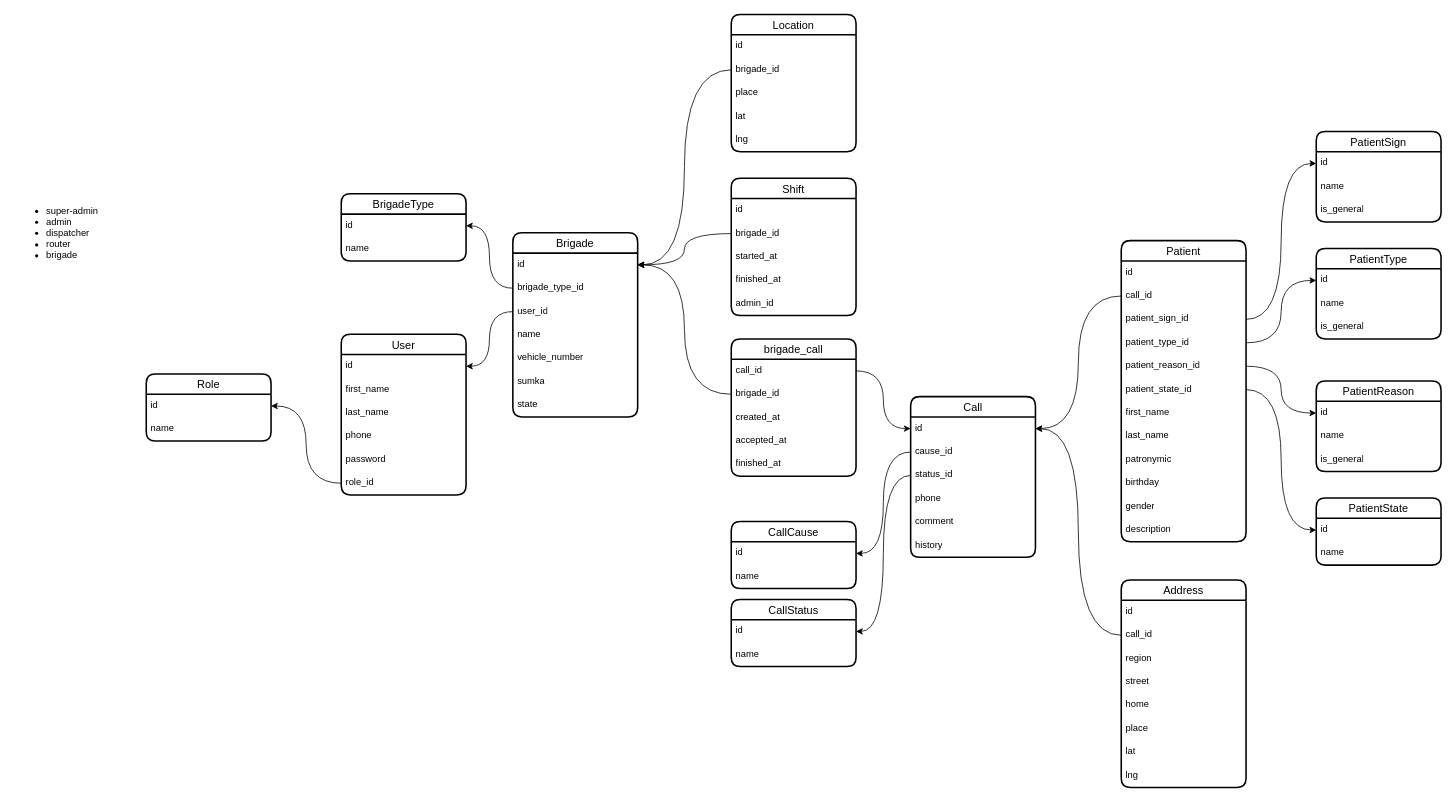
Earlier version of the draw.io diagram karsoft-103.drawio (iztileuoff/databases). Source tidied: cells renumbered, new cells numbered last; positions are measured from the earlier drawing's top-left corner, leaving out a move shared by most shapes. Both pictures are drawn from the tidied source at 78%, with x=0, y=0 at pixel (13, 14).
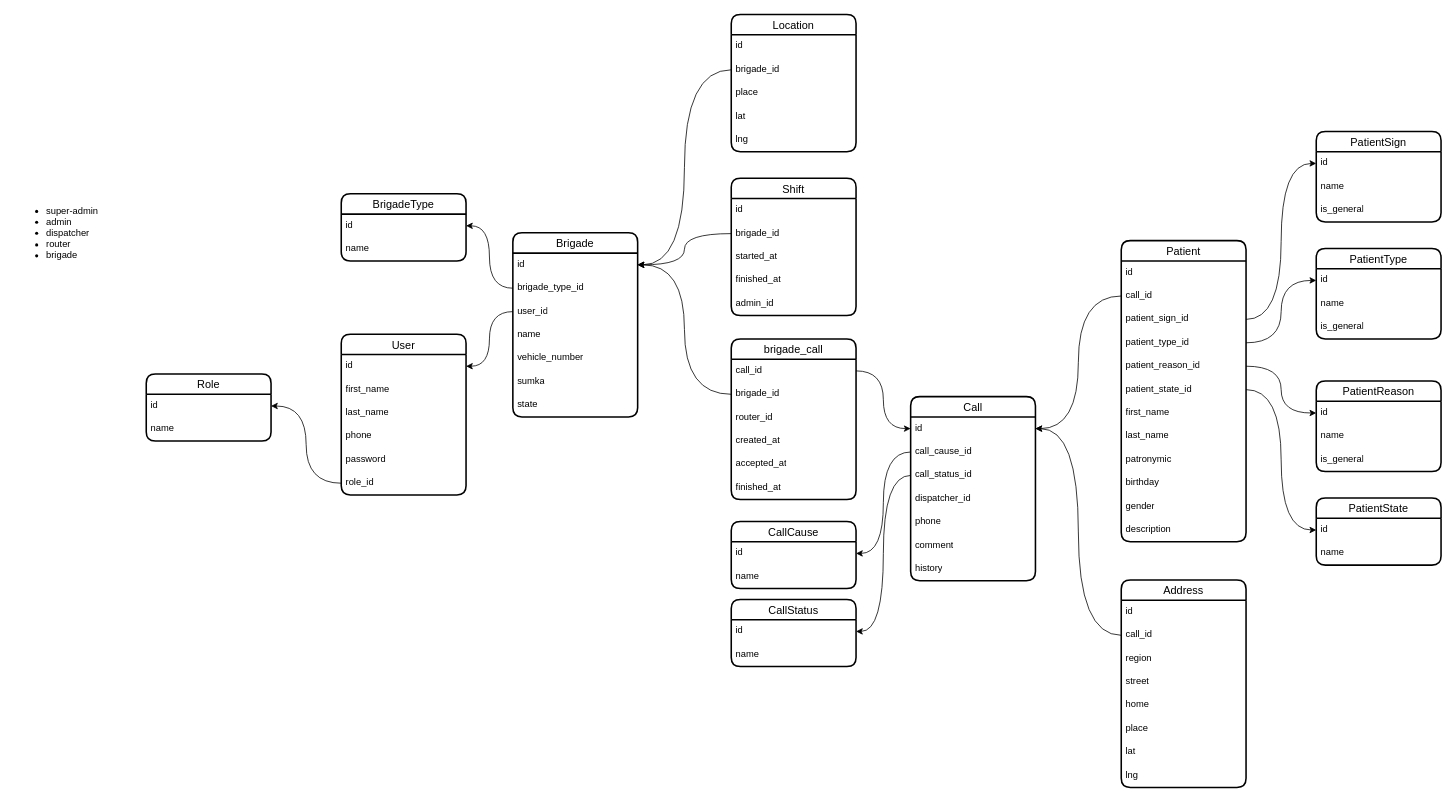
Above is the later version.

Diff of the diagram source:
```diff
@@
     <mxCell id="13" value="Call" style="swimlane;fontStyle=0;horizontal=1;startSize=26;align=center;fontSize=14;strokeWidth=2;rounded=1;shadow=0;glass=0;swimlaneLine=1;" parent="1" vertex="1">
-      <mxGeometry x="1150" y="490" width="160" height="206" as="geometry" />
+      <mxGeometry x="1150" y="490" width="160" height="236" as="geometry" />
     </mxCell>
@@
-    <mxCell id="15" value="cause_id" style="text;strokeColor=none;fillColor=none;spacingLeft=4;spacingRight=4;overflow=hidden;points=[[0,0.5],[1,0.5]];portConstraint=eastwest;fontSize=12;whiteSpace=wrap;html=1;" parent="13" vertex="1">
+    <mxCell id="15" value="call_cause_id" style="text;strokeColor=none;fillColor=none;spacingLeft=4;spacingRight=4;overflow=hidden;points=[[0,0.5],[1,0.5]];portConstraint=eastwest;fontSize=12;whiteSpace=wrap;html=1;" parent="13" vertex="1">
       <mxGeometry y="56" width="160" height="30" as="geometry" />
     </mxCell>
-    <mxCell id="16" value="status_id" style="text;strokeColor=none;fillColor=none;spacingLeft=4;spacingRight=4;overflow=hidden;points=[[0,0.5],[1,0.5]];portConstraint=eastwest;fontSize=12;whiteSpace=wrap;html=1;" parent="13" vertex="1">
+    <mxCell id="16" value="call_status_id" style="text;strokeColor=none;fillColor=none;spacingLeft=4;spacingRight=4;overflow=hidden;points=[[0,0.5],[1,0.5]];portConstraint=eastwest;fontSize=12;whiteSpace=wrap;html=1;" parent="13" vertex="1">
       <mxGeometry y="86" width="160" height="30" as="geometry" />
     </mxCell>
+    <mxCell id="107" value="dispatcher_id" style="text;strokeColor=none;fillColor=none;spacingLeft=4;spacingRight=4;overflow=hidden;fontSize=12;whiteSpace=wrap;html=1;" parent="13" vertex="1">
+      <mxGeometry y="116" width="160" height="30" as="geometry" />
+    </mxCell>
     <mxCell id="17" value="phone" style="text;strokeColor=none;fillColor=none;spacingLeft=4;spacingRight=4;overflow=hidden;fontSize=12;whiteSpace=wrap;html=1;" parent="13" vertex="1">
-      <mxGeometry y="116" width="160" height="30" as="geometry" />
+      <mxGeometry y="146" width="160" height="30" as="geometry" />
     </mxCell>
     <mxCell id="18" value="comment" style="text;strokeColor=none;fillColor=none;spacingLeft=4;spacingRight=4;overflow=hidden;fontSize=12;whiteSpace=wrap;html=1;" parent="13" vertex="1">
-      <mxGeometry y="146" width="160" height="30" as="geometry" />
+      <mxGeometry y="176" width="160" height="30" as="geometry" />
     </mxCell>
     <mxCell id="19" value="history" style="text;strokeColor=none;fillColor=none;spacingLeft=4;spacingRight=4;overflow=hidden;fontSize=12;whiteSpace=wrap;html=1;" parent="13" vertex="1">
-      <mxGeometry y="176" width="160" height="30" as="geometry" />
+      <mxGeometry y="206" width="160" height="30" as="geometry" />
     </mxCell>
@@
     <mxCell id="72" value="brigade_call" style="swimlane;fontStyle=0;horizontal=1;startSize=26;align=center;fontSize=14;strokeWidth=2;rounded=1;shadow=0;glass=0;swimlaneLine=1;" parent="1" vertex="1">
-      <mxGeometry x="920" y="416" width="160" height="176" as="geometry" />
+      <mxGeometry x="920" y="416" width="160" height="206" as="geometry" />
     </mxCell>
@@
+    <mxCell id="108" value="router_id" style="text;strokeColor=none;fillColor=none;spacingLeft=4;spacingRight=4;overflow=hidden;fontSize=12;whiteSpace=wrap;html=1;" parent="72" vertex="1">
+      <mxGeometry y="86" width="160" height="30" as="geometry" />
+    </mxCell>
     <mxCell id="75" value="created_at" style="text;strokeColor=none;fillColor=none;spacingLeft=4;spacingRight=4;overflow=hidden;fontSize=12;whiteSpace=wrap;html=1;" parent="72" vertex="1">
-      <mxGeometry y="86" width="160" height="30" as="geometry" />
+      <mxGeometry y="116" width="160" height="30" as="geometry" />
     </mxCell>
     <mxCell id="76" value="accepted_at" style="text;strokeColor=none;fillColor=none;spacingLeft=4;spacingRight=4;overflow=hidden;fontSize=12;whiteSpace=wrap;html=1;" parent="72" vertex="1">
-      <mxGeometry y="116" width="160" height="30" as="geometry" />
+      <mxGeometry y="146" width="160" height="30" as="geometry" />
     </mxCell>
     <mxCell id="77" value="finished_at" style="text;strokeColor=none;fillColor=none;spacingLeft=4;spacingRight=4;overflow=hidden;fontSize=12;whiteSpace=wrap;html=1;" parent="72" vertex="1">
-      <mxGeometry y="146" width="160" height="30" as="geometry" />
+      <mxGeometry y="176" width="160" height="30" as="geometry" />
     </mxCell>
```
